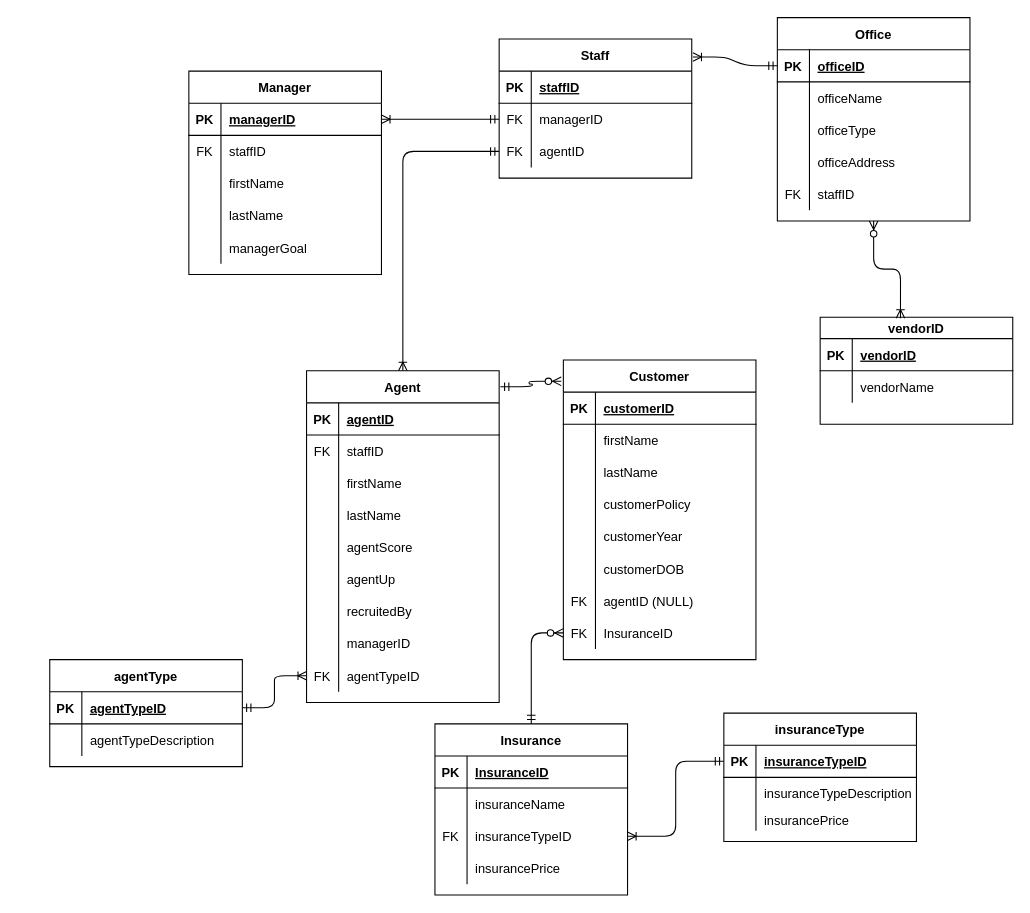
asapkyxy/I308_Information_Representation keeps this draw.io diagram as DatabaseDesignPhase3.drawio. Above is the earlier version. Source tidied: cells renumbered, new cells numbered last; positions are measured from the earlier drawing's top-left corner, leaving out a move shared by most shapes. Both pictures are drawn from the tidied source at 107%, with x=0, y=0 at pixel (49, 17).
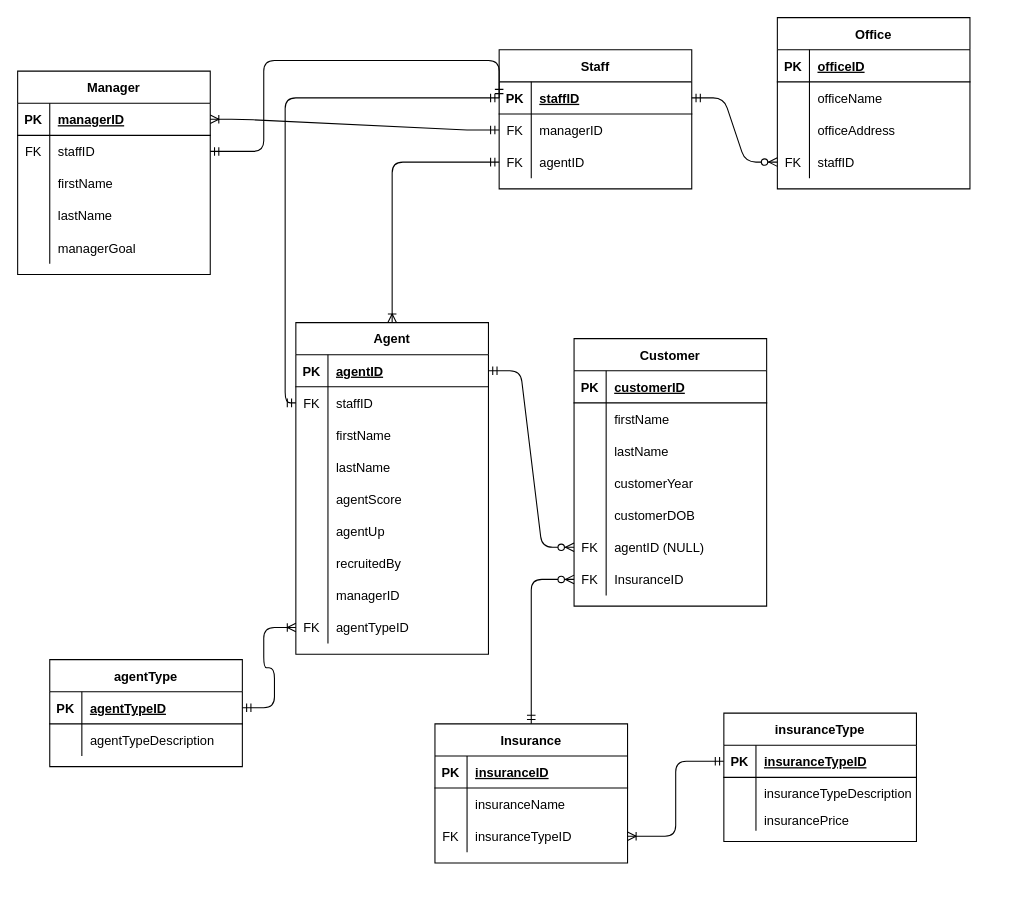
The same diagram, later.

The change refers to these unchanged cells:
```xml
<mxCell id="3" style="shape=partialRectangle;fillColor=none;top=0;left=0;bottom=1;right=0;points=[[0,0.5],[1,0.5]];portConstraint=eastwest;" parent="2" vertex="1">
  <mxGeometry y="30" width="180" height="30" as="geometry" />
</mxCell>
<mxCell id="19" style="shape=partialRectangle;fillColor=none;top=0;left=0;bottom=1;right=0;points=[[0,0.5],[1,0.5]];portConstraint=eastwest;" parent="18" vertex="1">
  <mxGeometry y="30" width="180" height="30" as="geometry" />
</mxCell>
<mxCell id="32" style="shape=partialRectangle;fillColor=none;top=0;left=0;bottom=0;right=0;points=[[0,0.5],[1,0.5]];portConstraint=eastwest;" parent="28" vertex="1">
  <mxGeometry y="60" width="180" height="30" as="geometry" />
</mxCell>
<mxCell id="45" style="shape=partialRectangle;fillColor=none;top=0;left=0;bottom=1;right=0;points=[[0,0.5],[1,0.5]];portConstraint=eastwest;" parent="44" vertex="1">
  <mxGeometry y="30" width="180" height="30" as="geometry" />
</mxCell>
<mxCell id="48" style="shape=partialRectangle;fillColor=none;top=0;left=0;bottom=0;right=0;points=[[0,0.5],[1,0.5]];portConstraint=eastwest;" parent="44" vertex="1">
  <mxGeometry y="60" width="180" height="30" as="geometry" />
</mxCell>
<mxCell id="115" style="shape=partialRectangle;fillColor=none;top=0;left=0;bottom=1;right=0;" parent="114" vertex="1">
  <mxGeometry y="30" width="180" height="30" as="geometry" />
</mxCell>
```

Change to the diagram source:
```diff
@@
     <mxCell id="2" value="Office" style="shape=table;startSize=30;childLayout=tableLayout;rowLines=0;fontStyle=1;align=center;" parent="1" vertex="1">
-      <mxGeometry x="680" width="180" height="190" as="geometry" />
+      <mxGeometry x="680" width="180" height="160" as="geometry" />
     </mxCell>
@@
-    <mxCell id="9" style="shape=partialRectangle;fillColor=none;top=0;left=0;bottom=0;right=0;" parent="2" vertex="1">
-      <mxGeometry y="90" width="180" height="30" as="geometry" />
-    </mxCell>
-    <mxCell id="10" style="shape=partialRectangle;fillColor=none;top=0;left=0;bottom=0;right=0;overflow=hidden;" parent="9" vertex="1">
-      <mxGeometry width="30" height="30" as="geometry" />
-    </mxCell>
-    <mxCell id="11" value="officeType" style="shape=partialRectangle;fillColor=none;top=0;left=0;bottom=0;right=0;align=left;spacingLeft=6;overflow=hidden;" parent="9" vertex="1">
-      <mxGeometry x="30" width="150" height="30" as="geometry" />
-    </mxCell>
     <mxCell id="12" style="shape=partialRectangle;fillColor=none;top=0;left=0;bottom=0;right=0;" parent="2" vertex="1">
-      <mxGeometry y="120" width="180" height="30" as="geometry" />
+      <mxGeometry y="90" width="180" height="30" as="geometry" />
     </mxCell>
@@
     <mxCell id="15" style="shape=partialRectangle;fillColor=none;top=0;left=0;bottom=0;right=0;points=[[0,0.5],[1,0.5]];portConstraint=eastwest;" parent="2" vertex="1">
-      <mxGeometry y="150" width="180" height="30" as="geometry" />
+      <mxGeometry y="120" width="180" height="30" as="geometry" />
     </mxCell>
@@
     <mxCell id="18" value="Staff" style="shape=table;startSize=30;childLayout=tableLayout;rowLines=0;fontStyle=1;align=center;" parent="1" vertex="1">
-      <mxGeometry x="420" y="20" width="180" height="130" as="geometry" />
+      <mxGeometry x="420" y="30" width="180" height="130" as="geometry" />
     </mxCell>
@@
     <mxCell id="28" value="Manager" style="shape=table;startSize=30;childLayout=tableLayout;rowLines=0;fontStyle=1;align=center;" parent="1" vertex="1">
-      <mxGeometry x="130" y="50" width="180" height="190" as="geometry" />
+      <mxGeometry x="-30" y="50" width="180" height="190" as="geometry" />
     </mxCell>
@@
     <mxCell id="44" value="Agent" style="shape=table;startSize=30;childLayout=tableLayout;rowLines=0;fontStyle=1;align=center;" parent="1" vertex="1">
-      <mxGeometry x="240" y="330" width="180" height="310" as="geometry" />
+      <mxGeometry x="230" y="285" width="180" height="310" as="geometry" />
     </mxCell>
@@
     <mxCell id="79" value="Customer" style="shape=table;startSize=30;childLayout=tableLayout;rowLines=0;fontStyle=1;align=center;" parent="1" vertex="1">
-      <mxGeometry x="480" y="320" width="180" height="280" as="geometry" />
+      <mxGeometry x="490" y="300" width="180" height="250" as="geometry" />
     </mxCell>
@@
-    <mxCell id="89" style="shape=partialRectangle;fillColor=none;top=0;left=0;bottom=0;right=0;" parent="79" vertex="1">
-      <mxGeometry y="120" width="180" height="30" as="geometry" />
-    </mxCell>
-    <mxCell id="90" style="shape=partialRectangle;fillColor=none;top=0;left=0;bottom=0;right=0;overflow=hidden;" parent="89" vertex="1">
-      <mxGeometry width="30" height="30" as="geometry" />
-    </mxCell>
-    <mxCell id="91" value="customerPolicy" style="shape=partialRectangle;fillColor=none;top=0;left=0;bottom=0;right=0;align=left;spacingLeft=6;overflow=hidden;" parent="89" vertex="1">
-      <mxGeometry x="30" width="150" height="30" as="geometry" />
-    </mxCell>
     <mxCell id="92" style="shape=partialRectangle;fillColor=none;top=0;left=0;bottom=0;right=0;" parent="79" vertex="1">
-      <mxGeometry y="150" width="180" height="30" as="geometry" />
+      <mxGeometry y="120" width="180" height="30" as="geometry" />
     </mxCell>
@@
     <mxCell id="95" style="shape=partialRectangle;fillColor=none;top=0;left=0;bottom=0;right=0;" parent="79" vertex="1">
-      <mxGeometry y="180" width="180" height="30" as="geometry" />
+      <mxGeometry y="150" width="180" height="30" as="geometry" />
     </mxCell>
@@
     <mxCell id="98" style="shape=partialRectangle;fillColor=none;top=0;left=0;bottom=0;right=0;points=[[0,0.5],[1,0.5]];portConstraint=eastwest;" parent="79" vertex="1">
-      <mxGeometry y="210" width="180" height="30" as="geometry" />
+      <mxGeometry y="180" width="180" height="30" as="geometry" />
     </mxCell>
@@
     <mxCell id="101" style="shape=partialRectangle;fillColor=none;top=0;left=0;bottom=0;right=0;points=[[0,0.5],[1,0.5]];portConstraint=eastwest;" parent="79" vertex="1">
-      <mxGeometry y="240" width="180" height="30" as="geometry" />
+      <mxGeometry y="210" width="180" height="30" as="geometry" />
     </mxCell>
@@
     <mxCell id="114" value="Insurance" style="shape=table;startSize=30;childLayout=tableLayout;rowLines=0;fontStyle=1;align=center;" parent="1" vertex="1">
-      <mxGeometry x="360" y="660" width="180" height="160" as="geometry" />
+      <mxGeometry x="360" y="660" width="180" height="130" as="geometry" />
     </mxCell>
@@
-    <mxCell id="117" value="InsuranceID" style="shape=partialRectangle;fillColor=none;top=0;left=0;bottom=0;right=0;align=left;spacingLeft=6;fontStyle=5;overflow=hidden;" parent="115" vertex="1">
+    <mxCell id="117" value="insuranceID" style="shape=partialRectangle;fillColor=none;top=0;left=0;bottom=0;right=0;align=left;spacingLeft=6;fontStyle=5;overflow=hidden;" parent="115" vertex="1">
       <mxGeometry x="30" width="150" height="30" as="geometry" />
     </mxCell>
@@
-    <mxCell id="124" style="shape=partialRectangle;fillColor=none;top=0;left=0;bottom=0;right=0;" parent="114" vertex="1">
-      <mxGeometry y="120" width="180" height="30" as="geometry" />
-    </mxCell>
-    <mxCell id="125" style="shape=partialRectangle;fillColor=none;top=0;left=0;bottom=0;right=0;overflow=hidden;" parent="124" vertex="1">
-      <mxGeometry width="30" height="30" as="geometry" />
-    </mxCell>
-    <mxCell id="126" value="insurancePrice" style="shape=partialRectangle;fillColor=none;top=0;left=0;bottom=0;right=0;align=left;spacingLeft=6;overflow=hidden;" parent="124" vertex="1">
-      <mxGeometry x="30" width="150" height="30" as="geometry" />
-    </mxCell>
-    <mxCell id="127" value="vendorID" style="shape=table;startSize=20;childLayout=tableLayout;rowLines=0;fontStyle=1;align=center;" parent="1" vertex="1">
-      <mxGeometry x="720" y="280" width="180" height="100" as="geometry" />
-    </mxCell>
-    <mxCell id="128" style="shape=partialRectangle;fillColor=none;top=0;left=0;bottom=1;right=0;" parent="127" vertex="1">
-      <mxGeometry y="20" width="180" height="30" as="geometry" />
-    </mxCell>
-    <mxCell id="129" value="PK" style="shape=partialRectangle;fillColor=none;top=0;left=0;bottom=0;right=0;fontStyle=1;overflow=hidden;" parent="128" vertex="1">
-      <mxGeometry width="30" height="30" as="geometry" />
-    </mxCell>
-    <mxCell id="130" value="vendorID" style="shape=partialRectangle;fillColor=none;top=0;left=0;bottom=0;right=0;align=left;spacingLeft=6;fontStyle=5;overflow=hidden;" parent="128" vertex="1">
-      <mxGeometry x="30" width="150" height="30" as="geometry" />
-    </mxCell>
-    <mxCell id="131" style="shape=partialRectangle;fillColor=none;top=0;left=0;bottom=0;right=0;" parent="127" vertex="1">
-      <mxGeometry y="50" width="180" height="30" as="geometry" />
-    </mxCell>
-    <mxCell id="132" style="shape=partialRectangle;fillColor=none;top=0;left=0;bottom=0;right=0;overflow=hidden;" parent="131" vertex="1">
-      <mxGeometry width="30" height="30" as="geometry" />
-    </mxCell>
-    <mxCell id="133" value="vendorName" style="shape=partialRectangle;fillColor=none;top=0;left=0;bottom=0;right=0;align=left;spacingLeft=6;overflow=hidden;" parent="131" vertex="1">
-      <mxGeometry x="30" width="150" height="30" as="geometry" />
-    </mxCell>
-    <mxCell id="134" style="fontSize=12;html=1;endArrow=ERoneToMany;startArrow=ERzeroToMany;exitX=0.5;exitY=1;exitDx=0;exitDy=0;entryX=0.417;entryY=0.01;entryDx=0;entryDy=0;entryPerimeter=0;edgeStyle=orthogonalEdgeStyle;" parent="1" edge="1" source="2" target="127">
-      <mxGeometry relative="1" as="geometry" />
-    </mxCell>
-    <mxCell id="135" style="edgeStyle=entityRelationEdgeStyle;fontSize=12;html=1;endArrow=ERoneToMany;startArrow=ERmandOne;exitX=0;exitY=0.5;exitDx=0;exitDy=0;entryX=1.006;entryY=0.129;entryDx=0;entryDy=0;entryPerimeter=0;" parent="1" edge="1" source="3" target="18">
-      <mxGeometry relative="1" as="geometry" />
-    </mxCell>
@@
-    <mxCell id="140" style="edgeStyle=entityRelationEdgeStyle;fontSize=12;html=1;endArrow=ERzeroToMany;startArrow=ERmandOne;exitX=1.006;exitY=0.048;exitDx=0;exitDy=0;exitPerimeter=0;entryX=-0.011;entryY=0.071;entryDx=0;entryDy=0;entryPerimeter=0;" parent="1" edge="1" source="44" target="79">
+    <mxCell id="140" style="edgeStyle=entityRelationEdgeStyle;fontSize=12;html=1;endArrow=ERzeroToMany;startArrow=ERmandOne;exitX=1;exitY=0.5;exitDx=0;exitDy=0;entryX=0;entryY=0.5;entryDx=0;entryDy=0;" parent="1" edge="1" source="45" target="98">
       <mxGeometry relative="1" as="geometry" />
     </mxCell>
@@
+    <mxCell id="142" style="edgeStyle=entityRelationEdgeStyle;fontSize=12;html=1;endArrow=ERzeroToMany;startArrow=ERmandOne;entryX=0;entryY=0.5;entryDx=0;entryDy=0;exitX=1;exitY=0.5;exitDx=0;exitDy=0;" parent="1" edge="1" source="19" target="15">
+      <mxGeometry relative="1" as="geometry" />
+    </mxCell>
+    <mxCell id="143" style="edgeStyle=orthogonalEdgeStyle;fontSize=12;html=1;endArrow=ERmandOne;startArrow=ERmandOne;entryX=0;entryY=0.5;entryDx=0;entryDy=0;exitX=0;exitY=0.5;exitDx=0;exitDy=0;" parent="1" edge="1" source="48" target="19">
+      <mxGeometry relative="1" as="geometry" />
+    </mxCell>
+    <mxCell id="144" style="fontSize=12;html=1;endArrow=ERmandOne;startArrow=ERmandOne;entryX=0;entryY=0.5;entryDx=0;entryDy=0;exitX=1;exitY=0.5;exitDx=0;exitDy=0;edgeStyle=orthogonalEdgeStyle;" parent="1" edge="1" source="32" target="19">
+      <mxGeometry relative="1" as="geometry">
+        <Array as="points">
+          <mxPoint x="200" y="125" />
+          <mxPoint x="200" y="40" />
+          <mxPoint x="420" y="40" />
+        </Array>
+      </mxGeometry>
+    </mxCell>
```
